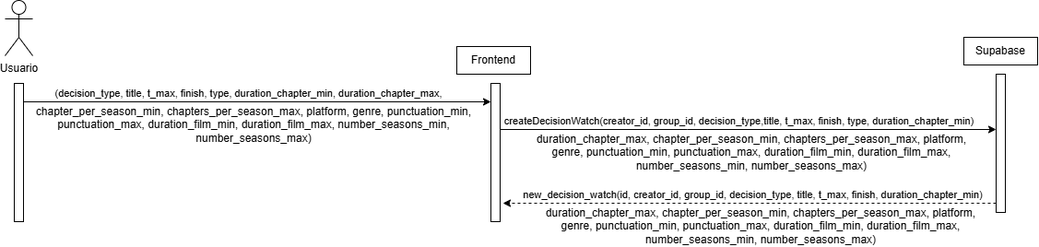
Earlier version of the draw.io export figuras/diagramas/secuencia/DSCreateDecisionWatch.png (ntsec7/TFG). Source tidied: cells renumbered, new cells last; positions are measured from the earlier drawing's top-left corner, leaving out a move shared by most shapes. Source of this version:
```xml
<mxGraphModel>
  <root>
    <mxCell id="0" />
    <mxCell id="1" parent="0" />
    <mxCell id="2" value="Usuario" style="shape=umlActor;verticalLabelPosition=bottom;verticalAlign=top;html=1;" parent="1" vertex="1">
      <mxGeometry width="30" height="60" as="geometry" />
    </mxCell>
    <mxCell id="3" style="html=1;points=[[0,0,0,0,5],[0,1,0,0,-5],[1,0,0,0,5],[1,1,0,0,-5]];perimeter=orthogonalPerimeter;outlineConnect=0;targetShapes=umlLifeline;portConstraint=eastwest;newEdgeStyle={&quot;curved&quot;:0,&quot;rounded&quot;:0};" parent="1" vertex="1">
      <mxGeometry x="10" y="90" width="10" height="150" as="geometry" />
    </mxCell>
    <mxCell id="4" style="html=1;points=[[0,0,0,0,5],[0,1,0,0,-5],[1,0,0,0,5],[1,1,0,0,-5]];perimeter=orthogonalPerimeter;outlineConnect=0;targetShapes=umlLifeline;portConstraint=eastwest;newEdgeStyle={&quot;curved&quot;:0,&quot;rounded&quot;:0};" parent="1" vertex="1">
      <mxGeometry x="527" y="90" width="10" height="150" as="geometry" />
    </mxCell>
    <mxCell id="5" style="edgeStyle=orthogonalEdgeStyle;rounded=0;jettySize=auto;html=1;curved=0;exitX=1;exitY=0;exitDx=0;exitDy=5;exitPerimeter=0;" parent="1" edge="1" source="3" target="4">
      <mxGeometry relative="1" as="geometry">
        <Array as="points">
          <mxPoint x="20" y="110" />
        </Array>
      </mxGeometry>
    </mxCell>
    <mxCell id="6" value="(decision_type, title, t_max, finish, type, duration_chapter_min, duration_chapter_max," style="edgeLabel;html=1;align=center;verticalAlign=middle;" parent="5" vertex="1">
      <mxGeometry x="-0.08" y="2" relative="1" as="geometry">
        <mxPoint x="20" y="-8" as="offset" />
      </mxGeometry>
    </mxCell>
    <mxCell id="7" style="html=1;points=[[0,0,0,0,5],[0,1,0,0,-5],[1,0,0,0,5],[1,1,0,0,-5]];perimeter=orthogonalPerimeter;outlineConnect=0;targetShapes=umlLifeline;portConstraint=eastwest;newEdgeStyle={&quot;curved&quot;:0,&quot;rounded&quot;:0};" parent="1" vertex="1">
      <mxGeometry x="1075" y="80" width="10" height="150" as="geometry" />
    </mxCell>
    <mxCell id="8" value="Frontend" style="rounded=0;whiteSpace=wrap;html=1;" parent="1" vertex="1">
      <mxGeometry x="490" y="50" width="80" height="30" as="geometry" />
    </mxCell>
    <mxCell id="9" value="Supabase" style="rounded=0;whiteSpace=wrap;html=1;" parent="1" vertex="1">
      <mxGeometry x="1040" y="40" width="80" height="30" as="geometry" />
    </mxCell>
    <mxCell id="10" style="edgeStyle=orthogonalEdgeStyle;rounded=0;jettySize=auto;html=1;curved=0;" parent="1" edge="1" target="7">
      <mxGeometry relative="1" as="geometry">
        <mxPoint x="537" y="140" as="sourcePoint" />
        <Array as="points">
          <mxPoint x="740" y="140" />
          <mxPoint x="740" y="140" />
        </Array>
      </mxGeometry>
    </mxCell>
    <mxCell id="11" value="createDecisionWatch(creator_id, group_id, decision_type,title, t_max, finish, type, duration_chapter_min)" style="edgeLabel;html=1;align=center;verticalAlign=middle;rotation=0;" parent="10" vertex="1">
      <mxGeometry x="-0.08" y="2" relative="1" as="geometry">
        <mxPoint x="12" y="-8" as="offset" />
      </mxGeometry>
    </mxCell>
    <mxCell id="12" style="endArrow=classic;html=1;rounded=0;dashed=1;" parent="1" edge="1">
      <mxGeometry relative="1" as="geometry">
        <mxPoint x="1075" y="220" as="sourcePoint" />
        <mxPoint x="540" y="220" as="targetPoint" />
      </mxGeometry>
    </mxCell>
    <mxCell id="13" value="new_decision_watch(id, creator_id, group_id, decision_type, title, t_max, finish, duration_chapter_min)" style="edgeLabel;html=1;align=center;verticalAlign=middle;" parent="12" vertex="1">
      <mxGeometry x="-0.02" y="3" relative="1" as="geometry">
        <mxPoint x="-2" y="-13" as="offset" />
      </mxGeometry>
    </mxCell>
    <mxCell id="14" value="chapter_per_season_min, chapters_per_season_max, platform, genre, punctuation_min, punctuation_max, duration_film_min, duration_film_max, number_seasons_min, number_seasons_max)" style="text;html=1;whiteSpace=wrap;strokeColor=none;fillColor=none;align=center;verticalAlign=middle;rounded=0;" parent="1" vertex="1">
      <mxGeometry x="30" y="120" width="480" height="30" as="geometry" />
    </mxCell>
    <mxCell id="15" value="duration_chapter_max, chapter_per_season_min, chapters_per_season_max, platform, genre, punctuation_min, punctuation_max, duration_film_min, duration_film_max, number_seasons_min, number_seasons_max)" style="text;html=1;whiteSpace=wrap;strokeColor=none;fillColor=none;align=center;verticalAlign=middle;rounded=0;" parent="1" vertex="1">
      <mxGeometry x="570" y="150" width="480" height="30" as="geometry" />
    </mxCell>
    <mxCell id="16" value="duration_chapter_max, chapter_per_season_min, chapters_per_season_max, platform, genre, punctuation_min, punctuation_max, duration_film_min, duration_film_max, number_seasons_min, number_seasons_max)" style="text;html=1;whiteSpace=wrap;strokeColor=none;fillColor=none;align=center;verticalAlign=middle;rounded=0;" parent="1" vertex="1">
      <mxGeometry x="580" y="230" width="480" height="30" as="geometry" />
    </mxCell>
  </root>
</mxGraphModel>
```
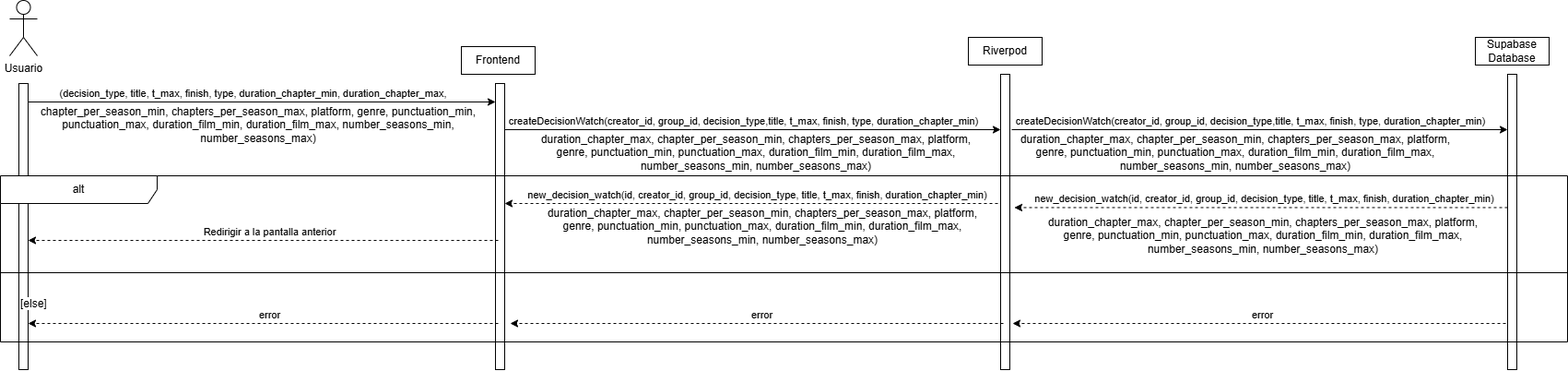
The same diagram one commit later.

What changed in the source:
```diff
@@ -6,10 +6,10 @@
       <mxGeometry width="30" height="60" as="geometry" />
     </mxCell>
     <mxCell id="3" style="html=1;points=[[0,0,0,0,5],[0,1,0,0,-5],[1,0,0,0,5],[1,1,0,0,-5]];perimeter=orthogonalPerimeter;outlineConnect=0;targetShapes=umlLifeline;portConstraint=eastwest;newEdgeStyle={&quot;curved&quot;:0,&quot;rounded&quot;:0};" parent="1" vertex="1">
-      <mxGeometry x="10" y="90" width="10" height="150" as="geometry" />
+      <mxGeometry x="10" y="90" width="10" height="310" as="geometry" />
     </mxCell>
     <mxCell id="4" style="html=1;points=[[0,0,0,0,5],[0,1,0,0,-5],[1,0,0,0,5],[1,1,0,0,-5]];perimeter=orthogonalPerimeter;outlineConnect=0;targetShapes=umlLifeline;portConstraint=eastwest;newEdgeStyle={&quot;curved&quot;:0,&quot;rounded&quot;:0};" parent="1" vertex="1">
-      <mxGeometry x="527" y="90" width="10" height="150" as="geometry" />
+      <mxGeometry x="527" y="90" width="10" height="310" as="geometry" />
     </mxCell>
     <mxCell id="5" style="edgeStyle=orthogonalEdgeStyle;rounded=0;jettySize=auto;html=1;curved=0;exitX=1;exitY=0;exitDx=0;exitDy=5;exitPerimeter=0;" parent="1" edge="1" source="3" target="4">
       <mxGeometry relative="1" as="geometry">
@@ -24,12 +24,12 @@
       </mxGeometry>
     </mxCell>
     <mxCell id="7" style="html=1;points=[[0,0,0,0,5],[0,1,0,0,-5],[1,0,0,0,5],[1,1,0,0,-5]];perimeter=orthogonalPerimeter;outlineConnect=0;targetShapes=umlLifeline;portConstraint=eastwest;newEdgeStyle={&quot;curved&quot;:0,&quot;rounded&quot;:0};" parent="1" vertex="1">
-      <mxGeometry x="1075" y="80" width="10" height="150" as="geometry" />
+      <mxGeometry x="1075" y="80" width="10" height="320" as="geometry" />
     </mxCell>
     <mxCell id="8" value="Frontend" style="rounded=0;whiteSpace=wrap;html=1;" parent="1" vertex="1">
       <mxGeometry x="490" y="50" width="80" height="30" as="geometry" />
     </mxCell>
-    <mxCell id="9" value="Supabase" style="rounded=0;whiteSpace=wrap;html=1;" parent="1" vertex="1">
+    <mxCell id="9" value="Riverpod" style="rounded=0;whiteSpace=wrap;html=1;" parent="1" vertex="1">
       <mxGeometry x="1040" y="40" width="80" height="30" as="geometry" />
     </mxCell>
     <mxCell id="10" style="edgeStyle=orthogonalEdgeStyle;rounded=0;jettySize=auto;html=1;curved=0;" parent="1" edge="1" target="7">
@@ -46,17 +46,6 @@
         <mxPoint x="12" y="-8" as="offset" />
       </mxGeometry>
     </mxCell>
-    <mxCell id="12" style="endArrow=classic;html=1;rounded=0;dashed=1;" parent="1" edge="1">
-      <mxGeometry relative="1" as="geometry">
-        <mxPoint x="1075" y="220" as="sourcePoint" />
-        <mxPoint x="540" y="220" as="targetPoint" />
-      </mxGeometry>
-    </mxCell>
-    <mxCell id="13" value="new_decision_watch(id, creator_id, group_id, decision_type, title, t_max, finish, duration_chapter_min)" style="edgeLabel;html=1;align=center;verticalAlign=middle;" parent="12" vertex="1">
-      <mxGeometry x="-0.02" y="3" relative="1" as="geometry">
-        <mxPoint x="-2" y="-13" as="offset" />
-      </mxGeometry>
-    </mxCell>
     <mxCell id="14" value="chapter_per_season_min, chapters_per_season_max, platform, genre, punctuation_min, punctuation_max, duration_film_min, duration_film_max, number_seasons_min, number_seasons_max)" style="text;html=1;whiteSpace=wrap;strokeColor=none;fillColor=none;align=center;verticalAlign=middle;rounded=0;" parent="1" vertex="1">
       <mxGeometry x="30" y="120" width="480" height="30" as="geometry" />
     </mxCell>
@@ -64,7 +53,106 @@
       <mxGeometry x="570" y="150" width="480" height="30" as="geometry" />
     </mxCell>
     <mxCell id="16" value="duration_chapter_max, chapter_per_season_min, chapters_per_season_max, platform, genre, punctuation_min, punctuation_max, duration_film_min, duration_film_max, number_seasons_min, number_seasons_max)" style="text;html=1;whiteSpace=wrap;strokeColor=none;fillColor=none;align=center;verticalAlign=middle;rounded=0;" parent="1" vertex="1">
-      <mxGeometry x="580" y="230" width="480" height="30" as="geometry" />
+      <mxGeometry x="577" y="230" width="480" height="30" as="geometry" />
     </mxCell>
+    <mxCell id="17" style="html=1;perimeter=orthogonalPerimeter;targetShapes=umlLifeline;newEdgeStyle={&quot;curved&quot;:0,&quot;rounded&quot;:0};" parent="1" vertex="1">
+      <mxGeometry x="1625" y="80" width="10" height="320" as="geometry" />
+    </mxCell>
+    <mxCell id="18" value="Supabase&lt;div&gt;Database&lt;/div&gt;" style="rounded=0;whiteSpace=wrap;html=1;" parent="1" vertex="1">
+      <mxGeometry x="1590" y="40" width="80" height="30" as="geometry" />
+    </mxCell>
+    <mxCell id="19" style="edgeStyle=orthogonalEdgeStyle;rounded=0;orthogonalLoop=1;jettySize=auto;html=1;curved=0;" parent="1" edge="1">
+      <mxGeometry relative="1" as="geometry">
+        <mxPoint x="1087" y="140" as="sourcePoint" />
+        <mxPoint x="1625" y="140" as="targetPoint" />
+        <Array as="points">
+          <mxPoint x="1290" y="140" />
+          <mxPoint x="1290" y="140" />
+        </Array>
+      </mxGeometry>
+    </mxCell>
+    <mxCell id="20" value="createDecisionWatch(creator_id, group_id, decision_type,title, t_max, finish, type, duration_chapter_min)" style="edgeLabel;html=1;align=center;verticalAlign=middle;rotation=0;" parent="19" vertex="1">
+      <mxGeometry x="-0.08" y="2" relative="1" as="geometry">
+        <mxPoint x="12" y="-8" as="offset" />
+      </mxGeometry>
+    </mxCell>
+    <mxCell id="21" value="duration_chapter_max, chapter_per_season_min, chapters_per_season_max, platform, genre, punctuation_min, punctuation_max, duration_film_min, duration_film_max, number_seasons_min, number_seasons_max)" style="text;html=1;whiteSpace=wrap;strokeColor=none;fillColor=none;align=center;verticalAlign=middle;rounded=0;" parent="1" vertex="1">
+      <mxGeometry x="1090" y="150" width="480" height="30" as="geometry" />
+    </mxCell>
+    <mxCell id="22" value="alt" style="shape=umlFrame;whiteSpace=wrap;html=1;width=170;" parent="1" vertex="1">
+      <mxGeometry x="-10" y="190" width="1700" height="180" as="geometry" />
+    </mxCell>
+    <mxCell id="23" value="[else]" style="line;strokeWidth=1;labelPosition=center;verticalLabelPosition=bottom;align=left;verticalAlign=top;spacingLeft=20;spacingTop=15;html=1;whiteSpace=wrap;" parent="22" vertex="1">
+      <mxGeometry y="100" width="1700" height="10" as="geometry" />
+    </mxCell>
+    <mxCell id="24" style="endArrow=classic;html=1;rounded=0;dashed=1;" parent="22" edge="1">
+      <mxGeometry relative="1" as="geometry">
+        <mxPoint x="1635" y="34.4" as="sourcePoint" />
+        <mxPoint x="1100" y="34.4" as="targetPoint" />
+      </mxGeometry>
+    </mxCell>
+    <mxCell id="25" value="new_decision_watch(id, creator_id, group_id, decision_type, title, t_max, finish, duration_chapter_min)" style="edgeLabel;html=1;align=center;verticalAlign=middle;" parent="24" vertex="1">
+      <mxGeometry x="-0.02" y="3" relative="1" as="geometry">
+        <mxPoint x="-2" y="-13" as="offset" />
+      </mxGeometry>
+    </mxCell>
+    <mxCell id="26" value="duration_chapter_max, chapter_per_season_min, chapters_per_season_max, platform, genre, punctuation_min, punctuation_max, duration_film_min, duration_film_max, number_seasons_min, number_seasons_max)" style="text;html=1;whiteSpace=wrap;strokeColor=none;fillColor=none;align=center;verticalAlign=middle;rounded=0;" parent="22" vertex="1">
+      <mxGeometry x="1130" y="50" width="480" height="30" as="geometry" />
+    </mxCell>
+    <mxCell id="12" style="endArrow=classic;html=1;rounded=0;dashed=1;" parent="22" edge="1">
+      <mxGeometry relative="1" as="geometry">
+        <mxPoint x="1082" y="30" as="sourcePoint" />
+        <mxPoint x="547" y="30" as="targetPoint" />
+      </mxGeometry>
+    </mxCell>
+    <mxCell id="13" value="new_decision_watch(id, creator_id, group_id, decision_type, title, t_max, finish, duration_chapter_min)" style="edgeLabel;html=1;align=center;verticalAlign=middle;" parent="12" vertex="1">
+      <mxGeometry x="-0.02" y="3" relative="1" as="geometry">
+        <mxPoint x="1" y="-13" as="offset" />
+      </mxGeometry>
+    </mxCell>
+    <mxCell id="27" style="endArrow=classic;html=1;rounded=0;dashed=1;" parent="22" edge="1">
+      <mxGeometry relative="1" as="geometry">
+        <mxPoint x="540" y="70" as="sourcePoint" />
+        <mxPoint x="30" y="70" as="targetPoint" />
+      </mxGeometry>
+    </mxCell>
+    <mxCell id="28" value="Redirigir a la pantalla anterior" style="edgeLabel;html=1;align=center;verticalAlign=middle;" parent="27" vertex="1">
+      <mxGeometry x="-0.02" y="3" relative="1" as="geometry">
+        <mxPoint x="1" y="-13" as="offset" />
+      </mxGeometry>
+    </mxCell>
+    <mxCell id="29" style="endArrow=classic;html=1;rounded=0;dashed=1;" parent="22" edge="1">
+      <mxGeometry relative="1" as="geometry">
+        <mxPoint x="1633" y="160" as="sourcePoint" />
+        <mxPoint x="1098" y="160" as="targetPoint" />
+      </mxGeometry>
+    </mxCell>
+    <mxCell id="30" value="error" style="edgeLabel;html=1;align=center;verticalAlign=middle;" parent="29" vertex="1">
+      <mxGeometry x="-0.02" y="3" relative="1" as="geometry">
+        <mxPoint x="-2" y="-13" as="offset" />
+      </mxGeometry>
+    </mxCell>
+    <mxCell id="31" style="endArrow=classic;html=1;rounded=0;dashed=1;" parent="22" edge="1">
+      <mxGeometry relative="1" as="geometry">
+        <mxPoint x="1088" y="160" as="sourcePoint" />
+        <mxPoint x="553" y="160" as="targetPoint" />
+      </mxGeometry>
+    </mxCell>
+    <mxCell id="32" value="error" style="edgeLabel;html=1;align=center;verticalAlign=middle;" parent="31" vertex="1">
+      <mxGeometry x="-0.02" y="3" relative="1" as="geometry">
+        <mxPoint x="1" y="-13" as="offset" />
+      </mxGeometry>
+    </mxCell>
+    <mxCell id="33" style="endArrow=classic;html=1;rounded=0;dashed=1;" parent="22" edge="1">
+      <mxGeometry relative="1" as="geometry">
+        <mxPoint x="540" y="160" as="sourcePoint" />
+        <mxPoint x="30" y="160" as="targetPoint" />
+      </mxGeometry>
+    </mxCell>
+    <mxCell id="34" value="error" style="edgeLabel;html=1;align=center;verticalAlign=middle;" parent="33" vertex="1">
+      <mxGeometry x="-0.02" y="3" relative="1" as="geometry">
+        <mxPoint x="1" y="-13" as="offset" />
+      </mxGeometry>
+    </mxCell>
   </root>
 </mxGraphModel>
```
